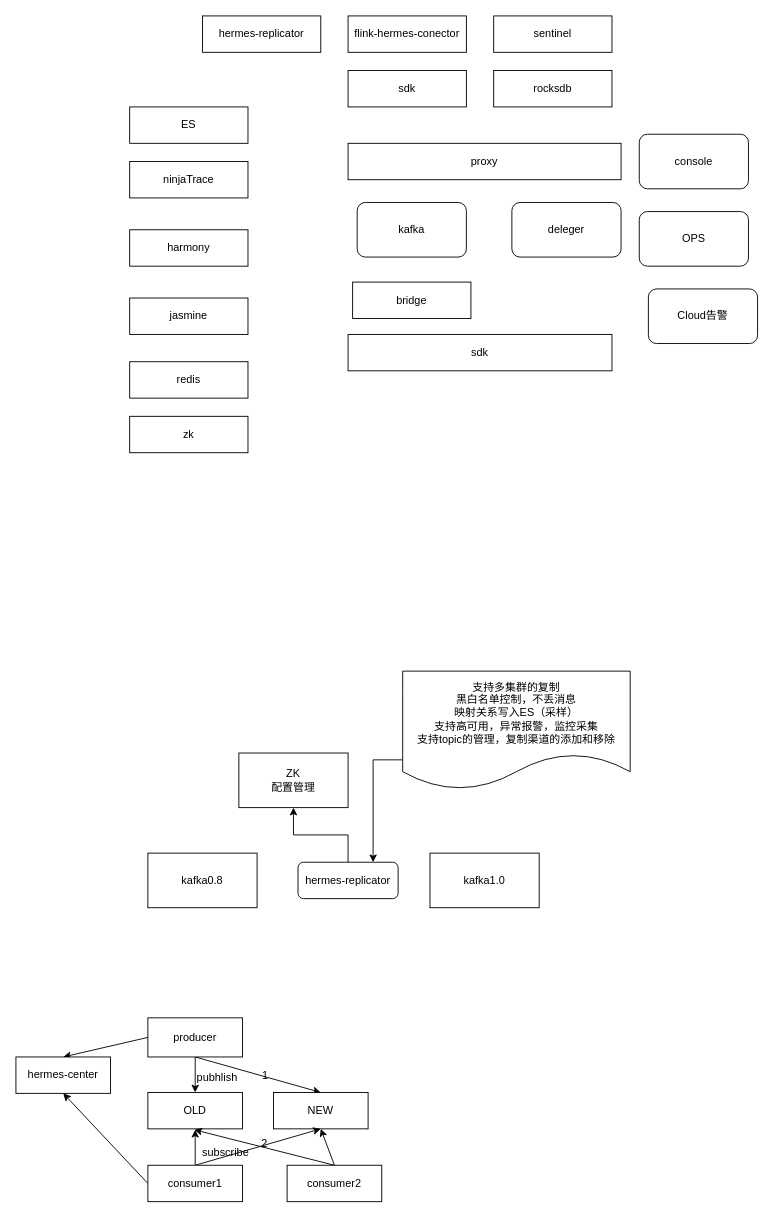
Earlier version of the draw.io diagram hermes.drawio (MihirrajDixit/drawio). Source tidied: cells renumbered, new cells numbered last; positions are measured from the earlier drawing's top-left corner, leaving out a move shared by most shapes. Both pictures are drawn from the tidied source at 91%, with x=0, y=0 at pixel (15, 15).
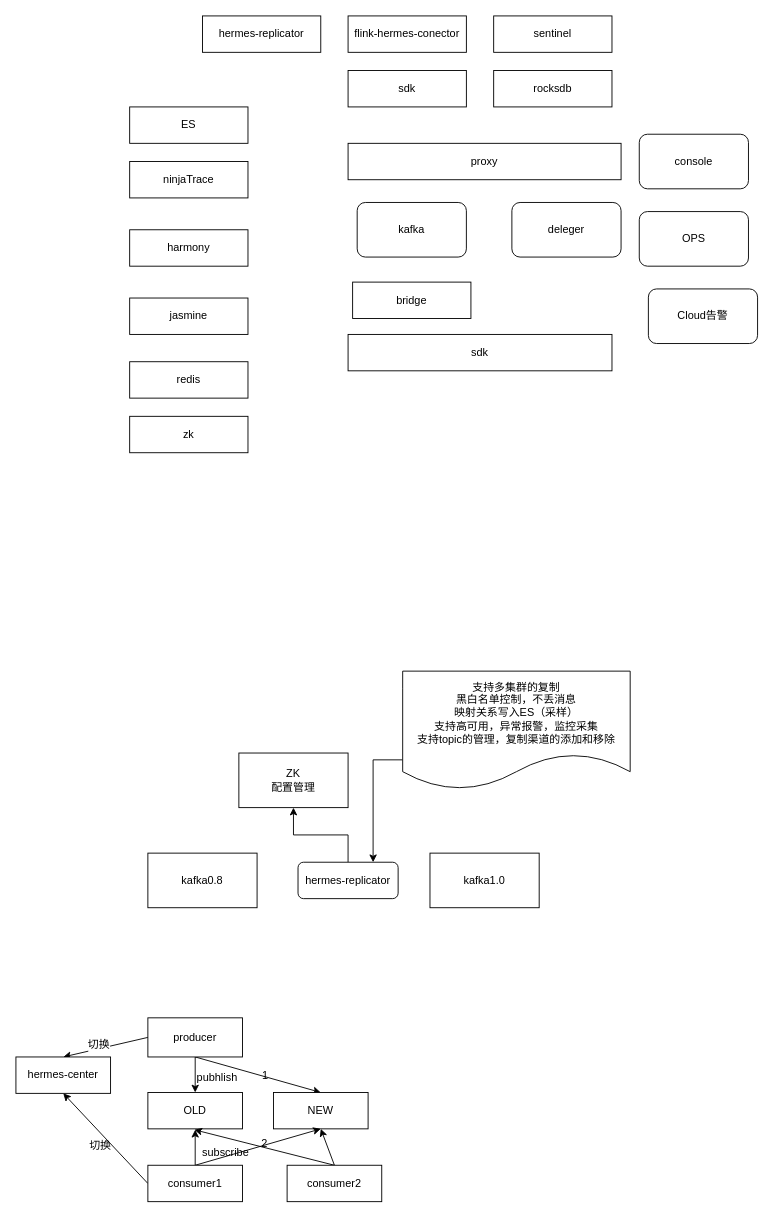
The same page after the edit.

The change refers to these unchanged cells:
```xml
<mxCell id="30" style="edgeStyle=none;rounded=0;jettySize=auto;html=1;exitX=0;exitY=0.5;exitDx=0;exitDy=0;entryX=0.5;entryY=0;entryDx=0;entryDy=0;" parent="1" edge="1" source="31" target="45">
  <mxGeometry relative="1" as="geometry" />
</mxCell>
```

The edit, as a diff of the source:
```diff
@@
+    <mxCell id="46" value="切换" style="text;html=1;align=center;verticalAlign=middle;labelBackgroundColor=#ffffff;" parent="30" vertex="1">
+      <mxGeometry x="0.16" y="-4" relative="1" as="geometry" />
+    </mxCell>
@@
+    <mxCell id="47" value="切换" style="text;html=1;align=left;verticalAlign=top;spacingTop=-4;" parent="1" vertex="1">
+      <mxGeometry x="79" y="1232" width="34" height="14" as="geometry" />
+    </mxCell>
```
